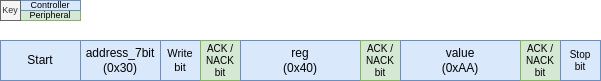
This is docs/modules/peripherals/images/I2C_Controller_Write_8_Bit_Register.png from AdamVeazey/edf, a draw.io export, as it was before one commit. Source tidied: cells renumbered, new cells last; positions are measured from the earlier drawing's top-left corner, leaving out a move shared by most shapes. Its diagram source:
```xml
<mxGraphModel>
  <root>
    <mxCell id="0" />
    <mxCell id="1" parent="0" />
    <mxCell id="2" value="Peripheral" style="rounded=0;whiteSpace=wrap;html=1;fillColor=#d5e8d4;strokeColor=#82b366;fontSize=9;" parent="1" vertex="1">
      <mxGeometry x="20" y="10" width="60" height="10" as="geometry" />
    </mxCell>
    <mxCell id="3" value="Controller" style="rounded=0;whiteSpace=wrap;html=1;fillColor=#dae8fc;strokeColor=#6c8ebf;fontSize=9;" parent="1" vertex="1">
      <mxGeometry x="20" width="60" height="10" as="geometry" />
    </mxCell>
    <mxCell id="4" value="Start" style="rounded=0;whiteSpace=wrap;html=1;fillColor=#dae8fc;strokeColor=#6c8ebf;fontSize=12;" parent="1" vertex="1">
      <mxGeometry y="40" width="80" height="40" as="geometry" />
    </mxCell>
    <mxCell id="5" value="address_7bit&lt;div&gt;(0x30)&lt;/div&gt;" style="rounded=0;whiteSpace=wrap;html=1;fillColor=#dae8fc;strokeColor=#6c8ebf;fontSize=12;" parent="1" vertex="1">
      <mxGeometry x="80" y="40" width="80" height="40" as="geometry" />
    </mxCell>
    <mxCell id="6" value="Write bit" style="rounded=0;whiteSpace=wrap;html=1;fontSize=11;fillColor=#dae8fc;strokeColor=#6c8ebf;" parent="1" vertex="1">
      <mxGeometry x="160" y="40" width="40" height="40" as="geometry" />
    </mxCell>
    <mxCell id="7" value="ACK / NACK&lt;br style=&quot;font-size: 10px;&quot;&gt;bit" style="rounded=0;whiteSpace=wrap;html=1;fontSize=10;fillColor=#d5e8d4;strokeColor=#82b366;" parent="1" vertex="1">
      <mxGeometry x="200" y="40" width="40" height="40" as="geometry" />
    </mxCell>
    <mxCell id="8" value="reg&lt;div&gt;&lt;div&gt;(0x40)&lt;/div&gt;&lt;/div&gt;" style="rounded=0;whiteSpace=wrap;html=1;fillColor=#dae8fc;strokeColor=#6c8ebf;fontSize=12;" parent="1" vertex="1">
      <mxGeometry x="240" y="40" width="120" height="40" as="geometry" />
    </mxCell>
    <mxCell id="9" value="ACK / NACK&lt;br style=&quot;font-size: 10px;&quot;&gt;bit" style="rounded=0;whiteSpace=wrap;html=1;fontSize=10;fillColor=#d5e8d4;strokeColor=#82b366;" parent="1" vertex="1">
      <mxGeometry x="360" y="40" width="40" height="40" as="geometry" />
    </mxCell>
    <mxCell id="10" value="value&lt;div&gt;(0xAA)&lt;/div&gt;" style="rounded=0;whiteSpace=wrap;html=1;fillColor=#dae8fc;strokeColor=#6c8ebf;fontSize=12;" parent="1" vertex="1">
      <mxGeometry x="400" y="40" width="120" height="40" as="geometry" />
    </mxCell>
    <mxCell id="11" value="ACK / NACK&lt;br style=&quot;font-size: 10px;&quot;&gt;bit" style="rounded=0;whiteSpace=wrap;html=1;fontSize=10;fillColor=#d5e8d4;strokeColor=#82b366;" parent="1" vertex="1">
      <mxGeometry x="520" y="40" width="40" height="40" as="geometry" />
    </mxCell>
    <mxCell id="12" value="Stop&lt;br style=&quot;font-size: 10px;&quot;&gt;bit" style="rounded=0;whiteSpace=wrap;html=1;fontSize=10;fillColor=#dae8fc;strokeColor=#6c8ebf;" parent="1" vertex="1">
      <mxGeometry x="560" y="40" width="40" height="40" as="geometry" />
    </mxCell>
    <mxCell id="13" value="Key" style="rounded=0;whiteSpace=wrap;html=1;fontSize=9;fillColor=#f5f5f5;fontColor=#333333;strokeColor=#666666;" parent="1" vertex="1">
      <mxGeometry width="20" height="20" as="geometry" />
    </mxCell>
  </root>
</mxGraphModel>
```
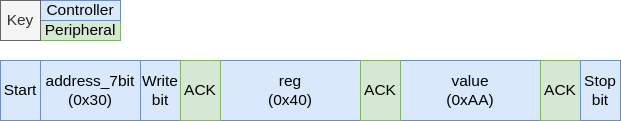
Later version of the same file.

The edit, as a diff of the source:
```diff
@@ -2,41 +2,41 @@
   <root>
     <mxCell id="0" />
     <mxCell id="1" parent="0" />
+    <mxCell id="8" value="reg&lt;div style=&quot;font-size: 15.5px;&quot;&gt;&lt;div style=&quot;font-size: 15.5px;&quot;&gt;(0x40)&lt;/div&gt;&lt;/div&gt;" style="rounded=0;whiteSpace=wrap;html=1;fillColor=#dae8fc;strokeColor=#6c8ebf;fontSize=15.5;" parent="1" vertex="1">
+      <mxGeometry x="220" y="60" width="140" height="60" as="geometry" />
+    </mxCell>
+    <mxCell id="10" value="value&lt;div style=&quot;font-size: 15.5px;&quot;&gt;(0xAA)&lt;/div&gt;" style="rounded=0;whiteSpace=wrap;html=1;fillColor=#dae8fc;strokeColor=#6c8ebf;fontSize=15.5;" parent="1" vertex="1">
+      <mxGeometry x="400" y="60" width="140" height="60" as="geometry" />
+    </mxCell>
-    <mxCell id="2" value="Peripheral" style="rounded=0;whiteSpace=wrap;html=1;fillColor=#d5e8d4;strokeColor=#82b366;fontSize=9;" parent="1" vertex="1">
-      <mxGeometry x="20" y="10" width="60" height="10" as="geometry" />
+    <mxCell id="2" value="Peripheral" style="rounded=0;whiteSpace=wrap;html=1;fillColor=#d5e8d4;strokeColor=#82b366;fontSize=15.5;fontFamily=Helvetica;labelBorderColor=none;" parent="1" vertex="1">
+      <mxGeometry x="40" y="20" width="80" height="20" as="geometry" />
     </mxCell>
-    <mxCell id="3" value="Controller" style="rounded=0;whiteSpace=wrap;html=1;fillColor=#dae8fc;strokeColor=#6c8ebf;fontSize=9;" parent="1" vertex="1">
-      <mxGeometry x="20" width="60" height="10" as="geometry" />
+    <mxCell id="3" value="Controller" style="rounded=0;whiteSpace=wrap;html=1;fillColor=#dae8fc;strokeColor=#6c8ebf;fontSize=15.5;fontFamily=Helvetica;labelBorderColor=none;" parent="1" vertex="1">
+      <mxGeometry x="40" width="80" height="20" as="geometry" />
     </mxCell>
+    <mxCell id="13" value="Key" style="rounded=0;whiteSpace=wrap;html=1;fontSize=15.5;fillColor=#f5f5f5;fontColor=#333333;strokeColor=#666666;fontFamily=Helvetica;labelBorderColor=none;" parent="1" vertex="1">
+      <mxGeometry width="40" height="40" as="geometry" />
+    </mxCell>
-    <mxCell id="4" value="Start" style="rounded=0;whiteSpace=wrap;html=1;fillColor=#dae8fc;strokeColor=#6c8ebf;fontSize=12;" parent="1" vertex="1">
-      <mxGeometry y="40" width="80" height="40" as="geometry" />
+    <mxCell id="4" value="Start" style="rounded=0;whiteSpace=wrap;html=1;fillColor=#dae8fc;strokeColor=#6c8ebf;fontSize=15.5;fontFamily=Helvetica;labelBorderColor=none;" parent="1" vertex="1">
+      <mxGeometry y="60" width="40" height="60" as="geometry" />
     </mxCell>
-    <mxCell id="5" value="address_7bit&lt;div&gt;(0x30)&lt;/div&gt;" style="rounded=0;whiteSpace=wrap;html=1;fillColor=#dae8fc;strokeColor=#6c8ebf;fontSize=12;" parent="1" vertex="1">
-      <mxGeometry x="80" y="40" width="80" height="40" as="geometry" />
+    <mxCell id="5" value="address_7bit&lt;br style=&quot;font-size: 15.5px;&quot;&gt;(0x30)" style="rounded=0;whiteSpace=wrap;html=1;fillColor=#dae8fc;strokeColor=#6c8ebf;fontSize=15.5;" parent="1" vertex="1">
+      <mxGeometry x="40" y="60" width="100" height="60" as="geometry" />
     </mxCell>
-    <mxCell id="6" value="Write bit" style="rounded=0;whiteSpace=wrap;html=1;fontSize=11;fillColor=#dae8fc;strokeColor=#6c8ebf;" parent="1" vertex="1">
-      <mxGeometry x="160" y="40" width="40" height="40" as="geometry" />
+    <mxCell id="6" value="Write bit" style="rounded=0;whiteSpace=wrap;html=1;fontSize=15.5;fillColor=#dae8fc;strokeColor=#6c8ebf;" parent="1" vertex="1">
+      <mxGeometry x="140" y="60" width="40" height="60" as="geometry" />
     </mxCell>
-    <mxCell id="7" value="ACK / NACK&lt;br style=&quot;font-size: 10px;&quot;&gt;bit" style="rounded=0;whiteSpace=wrap;html=1;fontSize=10;fillColor=#d5e8d4;strokeColor=#82b366;" parent="1" vertex="1">
-      <mxGeometry x="200" y="40" width="40" height="40" as="geometry" />
-    </mxCell>
-    <mxCell id="8" value="reg&lt;div&gt;&lt;div&gt;(0x40)&lt;/div&gt;&lt;/div&gt;" style="rounded=0;whiteSpace=wrap;html=1;fillColor=#dae8fc;strokeColor=#6c8ebf;fontSize=12;" parent="1" vertex="1">
-      <mxGeometry x="240" y="40" width="120" height="40" as="geometry" />
-    </mxCell>
-    <mxCell id="9" value="ACK / NACK&lt;br style=&quot;font-size: 10px;&quot;&gt;bit" style="rounded=0;whiteSpace=wrap;html=1;fontSize=10;fillColor=#d5e8d4;strokeColor=#82b366;" parent="1" vertex="1">
-      <mxGeometry x="360" y="40" width="40" height="40" as="geometry" />
-    </mxCell>
-    <mxCell id="10" value="value&lt;div&gt;(0xAA)&lt;/div&gt;" style="rounded=0;whiteSpace=wrap;html=1;fillColor=#dae8fc;strokeColor=#6c8ebf;fontSize=12;" parent="1" vertex="1">
-      <mxGeometry x="400" y="40" width="120" height="40" as="geometry" />
-    </mxCell>
-    <mxCell id="11" value="ACK / NACK&lt;br style=&quot;font-size: 10px;&quot;&gt;bit" style="rounded=0;whiteSpace=wrap;html=1;fontSize=10;fillColor=#d5e8d4;strokeColor=#82b366;" parent="1" vertex="1">
-      <mxGeometry x="520" y="40" width="40" height="40" as="geometry" />
-    </mxCell>
+    <mxCell id="14" value="ACK" style="rounded=0;whiteSpace=wrap;html=1;fontSize=15.5;fillColor=#d5e8d4;strokeColor=#82b366;fontFamily=Helvetica;labelBorderColor=none;" parent="1" vertex="1">
+      <mxGeometry x="180" y="60" width="40" height="60" as="geometry" />
+    </mxCell>
+    <mxCell id="15" value="ACK" style="rounded=0;whiteSpace=wrap;html=1;fontSize=15.5;fillColor=#d5e8d4;strokeColor=#82b366;fontFamily=Helvetica;labelBorderColor=none;" parent="1" vertex="1">
+      <mxGeometry x="540" y="60" width="40" height="60" as="geometry" />
+    </mxCell>
+    <mxCell id="16" value="ACK" style="rounded=0;whiteSpace=wrap;html=1;fontSize=15.5;fillColor=#d5e8d4;strokeColor=#82b366;fontFamily=Helvetica;labelBorderColor=none;" parent="1" vertex="1">
+      <mxGeometry x="360" y="60" width="40" height="60" as="geometry" />
+    </mxCell>
-    <mxCell id="12" value="Stop&lt;br style=&quot;font-size: 10px;&quot;&gt;bit" style="rounded=0;whiteSpace=wrap;html=1;fontSize=10;fillColor=#dae8fc;strokeColor=#6c8ebf;" parent="1" vertex="1">
-      <mxGeometry x="560" y="40" width="40" height="40" as="geometry" />
+    <mxCell id="12" value="Stop&lt;br style=&quot;font-size: 15.5px;&quot;&gt;bit" style="rounded=0;whiteSpace=wrap;html=1;fontSize=15.5;fillColor=#dae8fc;strokeColor=#6c8ebf;" parent="1" vertex="1">
+      <mxGeometry x="580" y="60" width="40" height="60" as="geometry" />
     </mxCell>
-    <mxCell id="13" value="Key" style="rounded=0;whiteSpace=wrap;html=1;fontSize=9;fillColor=#f5f5f5;fontColor=#333333;strokeColor=#666666;" parent="1" vertex="1">
-      <mxGeometry width="20" height="20" as="geometry" />
-    </mxCell>
   </root>
 </mxGraphModel>
```
